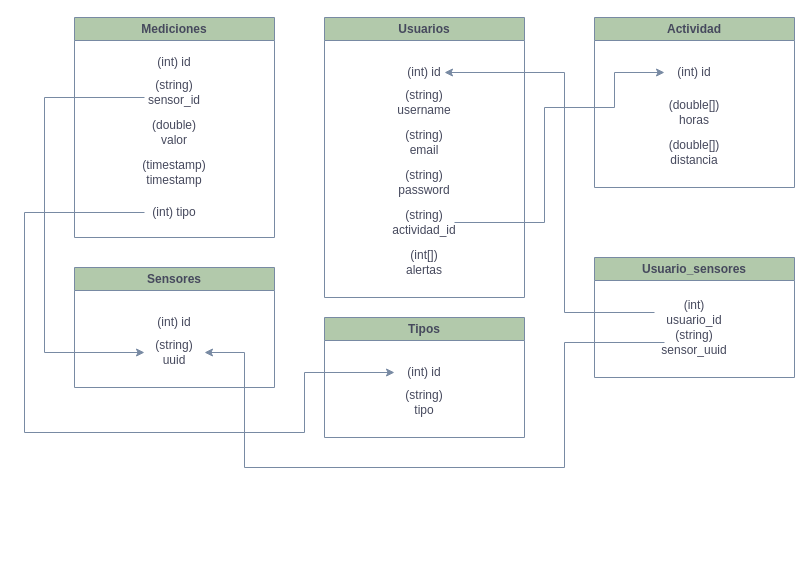
Before: bbdd.drawio in Javitax47/Proyecto3A_Server_Backend, a draw.io diagram. Source tidied: cells renumbered, new cells numbered last; positions are measured from the earlier drawing's top-left corner, leaving out a move shared by most shapes. Both pictures are drawn from the tidied source at 100%, with x=0, y=0 at pixel (24, 17).
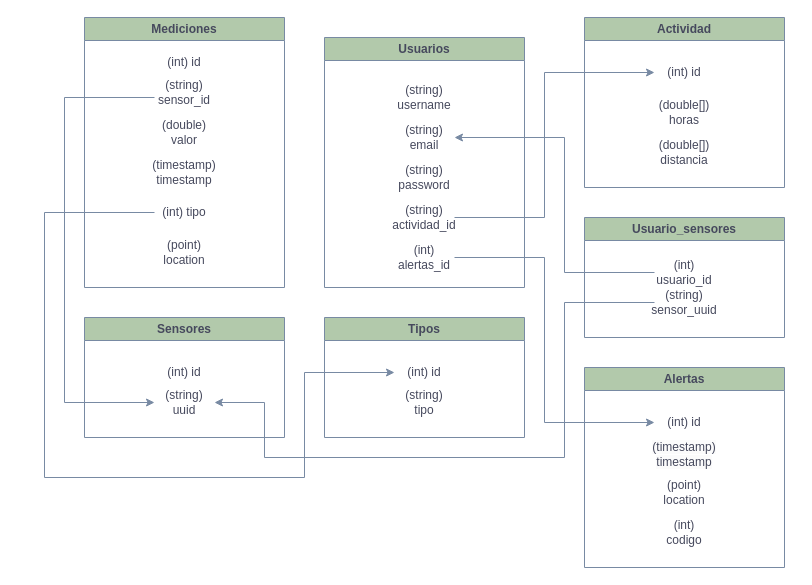
Above is the later version.

Commit message (it also covers changes not shown here):
Manejo de alertas en backend

The change refers to these unchanged cells:
```xml
<mxCell id="11" value="(string) uuid" style="text;html=1;align=center;verticalAlign=middle;whiteSpace=wrap;rounded=0;strokeWidth=1;labelBackgroundColor=none;fontColor=#46495D;" parent="9" vertex="1">
  <mxGeometry x="70" y="70" width="60" height="30" as="geometry" />
</mxCell>
<mxCell id="14" value="(string) sensor_id" style="text;html=1;align=center;verticalAlign=middle;whiteSpace=wrap;rounded=0;strokeWidth=1;labelBackgroundColor=none;fontColor=#46495D;" parent="12" vertex="1">
  <mxGeometry x="70" y="60" width="60" height="30" as="geometry" />
</mxCell>
<mxCell id="17" value="(int) tipo" style="text;html=1;align=center;verticalAlign=middle;whiteSpace=wrap;rounded=0;strokeWidth=1;labelBackgroundColor=none;fontColor=#46495D;" parent="12" vertex="1">
  <mxGeometry x="70" y="180" width="60" height="30" as="geometry" />
</mxCell>
<mxCell id="19" value="(int) id" style="text;html=1;align=center;verticalAlign=middle;whiteSpace=wrap;rounded=0;strokeWidth=1;labelBackgroundColor=none;fontColor=#46495D;" parent="18" vertex="1">
  <mxGeometry x="70" y="40" width="60" height="30" as="geometry" />
</mxCell>
<mxCell id="25" value="(int) id" style="text;html=1;align=center;verticalAlign=middle;whiteSpace=wrap;rounded=0;strokeWidth=1;labelBackgroundColor=none;fontColor=#46495D;" parent="24" vertex="1">
  <mxGeometry x="70" y="40" width="60" height="30" as="geometry" />
</mxCell>
<mxCell id="29" value="(int) usuario_id" style="text;html=1;align=center;verticalAlign=middle;whiteSpace=wrap;rounded=0;strokeWidth=1;labelBackgroundColor=none;fontColor=#46495D;" parent="28" vertex="1">
  <mxGeometry x="70" y="40" width="60" height="30" as="geometry" />
</mxCell>
<mxCell id="30" value="(string) sensor_uuid" style="text;html=1;align=center;verticalAlign=middle;whiteSpace=wrap;rounded=0;strokeWidth=1;labelBackgroundColor=none;fontColor=#46495D;" parent="28" vertex="1">
  <mxGeometry x="70" y="70" width="60" height="30" as="geometry" />
</mxCell>
```

Change to the diagram source:
```diff
@@
     <mxCell id="2" value="Usuarios" style="swimlane;whiteSpace=wrap;html=1;strokeWidth=1;fillColor=#B2C9AB;strokeColor=#788AA3;labelBackgroundColor=none;fontColor=#46495D;" parent="1" vertex="1">
-      <mxGeometry x="300" width="200" height="280" as="geometry" />
+      <mxGeometry x="300" y="20" width="200" height="250" as="geometry" />
     </mxCell>
-    <mxCell id="3" value="(int) id" style="text;html=1;align=center;verticalAlign=middle;whiteSpace=wrap;rounded=0;strokeWidth=1;labelBackgroundColor=none;fontColor=#46495D;" parent="2" vertex="1">
-      <mxGeometry x="70" y="40" width="60" height="30" as="geometry" />
-    </mxCell>
     <mxCell id="4" value="(string) username" style="text;html=1;align=center;verticalAlign=middle;whiteSpace=wrap;rounded=0;strokeWidth=1;labelBackgroundColor=none;fontColor=#46495D;" parent="2" vertex="1">
-      <mxGeometry x="70" y="70" width="60" height="30" as="geometry" />
+      <mxGeometry x="70" y="45" width="60" height="30" as="geometry" />
     </mxCell>
     <mxCell id="5" value="(string) email" style="text;html=1;align=center;verticalAlign=middle;whiteSpace=wrap;rounded=0;strokeWidth=1;labelBackgroundColor=none;fontColor=#46495D;" parent="2" vertex="1">
-      <mxGeometry x="70" y="110" width="60" height="30" as="geometry" />
+      <mxGeometry x="70" y="85" width="60" height="30" as="geometry" />
     </mxCell>
     <mxCell id="6" value="(string) password" style="text;html=1;align=center;verticalAlign=middle;whiteSpace=wrap;rounded=0;strokeWidth=1;labelBackgroundColor=none;fontColor=#46495D;" parent="2" vertex="1">
-      <mxGeometry x="70" y="150" width="60" height="30" as="geometry" />
+      <mxGeometry x="70" y="125" width="60" height="30" as="geometry" />
     </mxCell>
     <mxCell id="7" value="(string) actividad_id" style="text;html=1;align=center;verticalAlign=middle;whiteSpace=wrap;rounded=0;strokeWidth=1;labelBackgroundColor=none;fontColor=#46495D;" parent="2" vertex="1">
-      <mxGeometry x="70" y="190" width="60" height="30" as="geometry" />
+      <mxGeometry x="70" y="165" width="60" height="30" as="geometry" />
     </mxCell>
-    <mxCell id="8" value="(int[]) alertas" style="text;html=1;align=center;verticalAlign=middle;whiteSpace=wrap;rounded=0;strokeWidth=1;labelBackgroundColor=none;fontColor=#46495D;" parent="2" vertex="1">
-      <mxGeometry x="70" y="230" width="60" height="30" as="geometry" />
+    <mxCell id="8" value="(int) alertas_id" style="text;html=1;align=center;verticalAlign=middle;whiteSpace=wrap;rounded=0;strokeWidth=1;labelBackgroundColor=none;fontColor=#46495D;" parent="2" vertex="1">
+      <mxGeometry x="70" y="205" width="60" height="30" as="geometry" />
     </mxCell>
     <mxCell id="9" value="Sensores" style="swimlane;whiteSpace=wrap;html=1;strokeWidth=1;fillColor=#B2C9AB;strokeColor=#788AA3;labelBackgroundColor=none;fontColor=#46495D;" parent="1" vertex="1">
-      <mxGeometry x="50" y="250" width="200" height="120" as="geometry" />
+      <mxGeometry x="60" y="300" width="200" height="120" as="geometry" />
     </mxCell>
@@
     <mxCell id="12" value="Mediciones" style="swimlane;whiteSpace=wrap;html=1;strokeWidth=1;fillColor=#B2C9AB;strokeColor=#788AA3;labelBackgroundColor=none;fontColor=#46495D;" parent="1" vertex="1">
-      <mxGeometry x="50" width="200" height="220" as="geometry" />
+      <mxGeometry x="60" width="200" height="270" as="geometry" />
     </mxCell>
@@
+    <mxCell id="33" value="(point) location" style="text;html=1;align=center;verticalAlign=middle;whiteSpace=wrap;rounded=0;strokeWidth=1;labelBackgroundColor=none;fontColor=#46495D;" parent="12" vertex="1">
+      <mxGeometry x="70" y="220" width="60" height="30" as="geometry" />
+    </mxCell>
     <mxCell id="18" value="Actividad" style="swimlane;whiteSpace=wrap;html=1;strokeWidth=1;fillColor=#B2C9AB;strokeColor=#788AA3;labelBackgroundColor=none;fontColor=#46495D;" parent="1" vertex="1">
-      <mxGeometry x="570" width="200" height="170" as="geometry" />
+      <mxGeometry x="560" width="200" height="170" as="geometry" />
     </mxCell>
@@
     <mxCell id="22" style="edgeStyle=orthogonalEdgeStyle;rounded=0;jettySize=auto;html=1;exitX=1;exitY=0.5;exitDx=0;exitDy=0;entryX=0;entryY=0.5;entryDx=0;entryDy=0;strokeColor=#788AA3;fontColor=#46495D;fillColor=#B2C9AB;" parent="1" edge="1" source="7" target="19">
       <mxGeometry relative="1" as="geometry">
         <Array as="points">
-          <mxPoint x="520" y="205" />
-          <mxPoint x="520" y="90" />
-          <mxPoint x="590" y="90" />
-          <mxPoint x="590" y="55" />
+          <mxPoint x="520" y="200" />
+          <mxPoint x="520" y="55" />
         </Array>
       </mxGeometry>
     </mxCell>
     <mxCell id="23" style="edgeStyle=orthogonalEdgeStyle;rounded=0;jettySize=auto;html=1;strokeColor=#788AA3;entryX=0;entryY=0.5;entryDx=0;entryDy=0;" parent="1" edge="1" source="14" target="11">
       <mxGeometry relative="1" as="geometry">
         <Array as="points">
-          <mxPoint x="20" y="80" />
-          <mxPoint x="20" y="335" />
+          <mxPoint x="40" y="80" />
+          <mxPoint x="40" y="385" />
         </Array>
       </mxGeometry>
     </mxCell>
@@
     <mxCell id="27" style="edgeStyle=orthogonalEdgeStyle;rounded=0;jettySize=auto;html=1;entryX=0;entryY=0.5;entryDx=0;entryDy=0;strokeColor=#788AA3;" parent="1" edge="1" source="17" target="25">
       <mxGeometry relative="1" as="geometry">
         <Array as="points">
-          <mxPoint y="195" />
-          <mxPoint y="415" />
-          <mxPoint x="280" y="415" />
+          <mxPoint x="20" y="195" />
+          <mxPoint x="20" y="460" />
+          <mxPoint x="280" y="460" />
           <mxPoint x="280" y="355" />
         </Array>
       </mxGeometry>
     </mxCell>
     <mxCell id="28" value="Usuario_sensores" style="swimlane;whiteSpace=wrap;html=1;strokeWidth=1;fillColor=#B2C9AB;strokeColor=#788AA3;labelBackgroundColor=none;fontColor=#46495D;" parent="1" vertex="1">
-      <mxGeometry x="570" y="240" width="200" height="120" as="geometry" />
+      <mxGeometry x="560" y="200" width="200" height="120" as="geometry" />
     </mxCell>
@@
-    <mxCell id="31" style="edgeStyle=orthogonalEdgeStyle;rounded=0;orthogonalLoop=1;jettySize=auto;html=1;entryX=1;entryY=0.5;entryDx=0;entryDy=0;strokeColor=#788AA3;" parent="1" edge="1">
+    <mxCell id="31" style="edgeStyle=orthogonalEdgeStyle;rounded=0;jettySize=auto;html=1;entryX=1;entryY=0.5;entryDx=0;entryDy=0;strokeColor=#788AA3;exitX=0;exitY=0.5;exitDx=0;exitDy=0;" parent="1" edge="1" source="29" target="5">
       <mxGeometry relative="1" as="geometry">
-        <mxPoint x="630" y="295" as="sourcePoint" />
-        <mxPoint x="420" y="55" as="targetPoint" />
         <Array as="points">
-          <mxPoint x="540" y="295" />
-          <mxPoint x="540" y="55" />
+          <mxPoint x="540" y="255" />
+          <mxPoint x="540" y="120" />
         </Array>
       </mxGeometry>
     </mxCell>
     <mxCell id="32" style="edgeStyle=orthogonalEdgeStyle;rounded=0;jettySize=auto;html=1;entryX=1;entryY=0.5;entryDx=0;entryDy=0;strokeColor=#788AA3;" parent="1" edge="1" source="30" target="11">
       <mxGeometry relative="1" as="geometry">
         <Array as="points">
-          <mxPoint x="540" y="325" />
-          <mxPoint x="540" y="450" />
-          <mxPoint x="220" y="450" />
-          <mxPoint x="220" y="335" />
+          <mxPoint x="540" y="285" />
+          <mxPoint x="540" y="440" />
+          <mxPoint x="240" y="440" />
+          <mxPoint x="240" y="385" />
         </Array>
       </mxGeometry>
     </mxCell>
+    <mxCell id="34" value="Alertas" style="swimlane;whiteSpace=wrap;html=1;strokeWidth=1;fillColor=#B2C9AB;strokeColor=#788AA3;labelBackgroundColor=none;fontColor=#46495D;" parent="1" vertex="1">
+      <mxGeometry x="560" y="350" width="200" height="200" as="geometry" />
+    </mxCell>
+    <mxCell id="3" value="(int) id" style="text;html=1;align=center;verticalAlign=middle;whiteSpace=wrap;rounded=0;strokeWidth=1;labelBackgroundColor=none;fontColor=#46495D;" parent="34" vertex="1">
+      <mxGeometry x="70" y="40" width="60" height="30" as="geometry" />
+    </mxCell>
+    <mxCell id="35" value="&lt;br&gt;&lt;span style=&quot;color: rgb(70, 73, 93); font-family: Helvetica; font-size: 12px; font-style: normal; font-variant-ligatures: normal; font-variant-caps: normal; font-weight: 400; letter-spacing: normal; orphans: 2; text-align: center; text-indent: 0px; text-transform: none; widows: 2; word-spacing: 0px; -webkit-text-stroke-width: 0px; white-space: normal; background-color: rgb(251, 251, 251); text-decoration-thickness: initial; text-decoration-style: initial; text-decoration-color: initial; display: inline !important; float: none;&quot;&gt;(timestamp) timestamp&lt;/span&gt;" style="text;html=1;align=center;verticalAlign=middle;whiteSpace=wrap;rounded=0;strokeWidth=1;labelBackgroundColor=none;fontColor=#46495D;" parent="34" vertex="1">
+      <mxGeometry x="70" y="65" width="60" height="30" as="geometry" />
+    </mxCell>
+    <mxCell id="36" value="(point) location" style="text;html=1;align=center;verticalAlign=middle;whiteSpace=wrap;rounded=0;strokeWidth=1;labelBackgroundColor=none;fontColor=#46495D;" parent="34" vertex="1">
+      <mxGeometry x="70" y="110" width="60" height="30" as="geometry" />
+    </mxCell>
+    <mxCell id="37" value="(int) codigo" style="text;html=1;align=center;verticalAlign=middle;whiteSpace=wrap;rounded=0;strokeWidth=1;labelBackgroundColor=none;fontColor=#46495D;" parent="34" vertex="1">
+      <mxGeometry x="70" y="150" width="60" height="30" as="geometry" />
+    </mxCell>
+    <mxCell id="38" style="edgeStyle=orthogonalEdgeStyle;rounded=0;jettySize=auto;html=1;entryX=0;entryY=0.5;entryDx=0;entryDy=0;strokeColor=#788AA3;" parent="1" edge="1" source="8" target="3">
+      <mxGeometry relative="1" as="geometry">
+        <Array as="points">
+          <mxPoint x="520" y="240" />
+          <mxPoint x="520" y="405" />
+        </Array>
+      </mxGeometry>
+    </mxCell>
```
